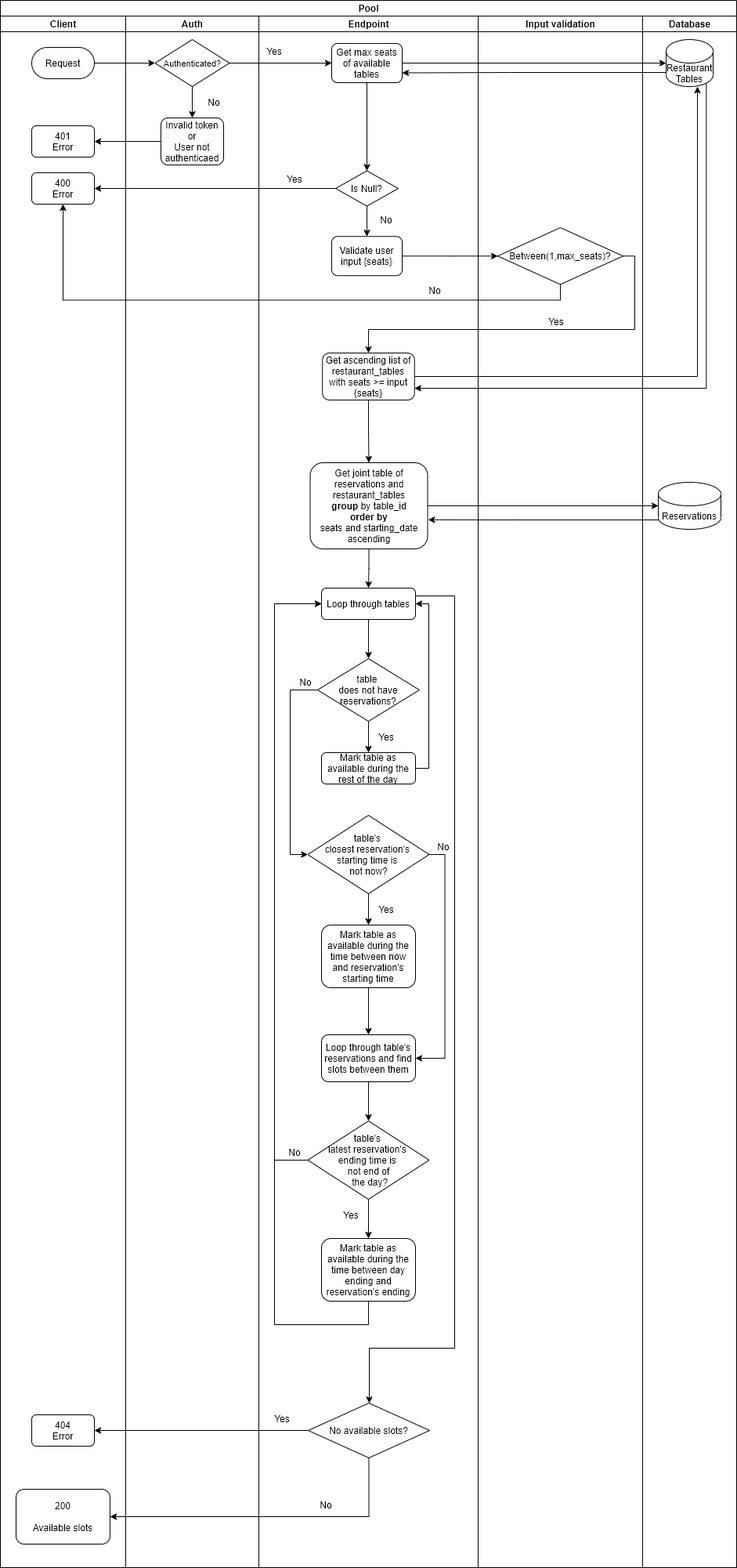
This is TableReservationFlow_CheckAvailable.png from MrAghyad/RestaurantTableReservation, a draw.io export, as it was before one commit. Source tidied: cells renumbered, new cells last; positions are measured from the earlier drawing's top-left corner, leaving out a move shared by most shapes.
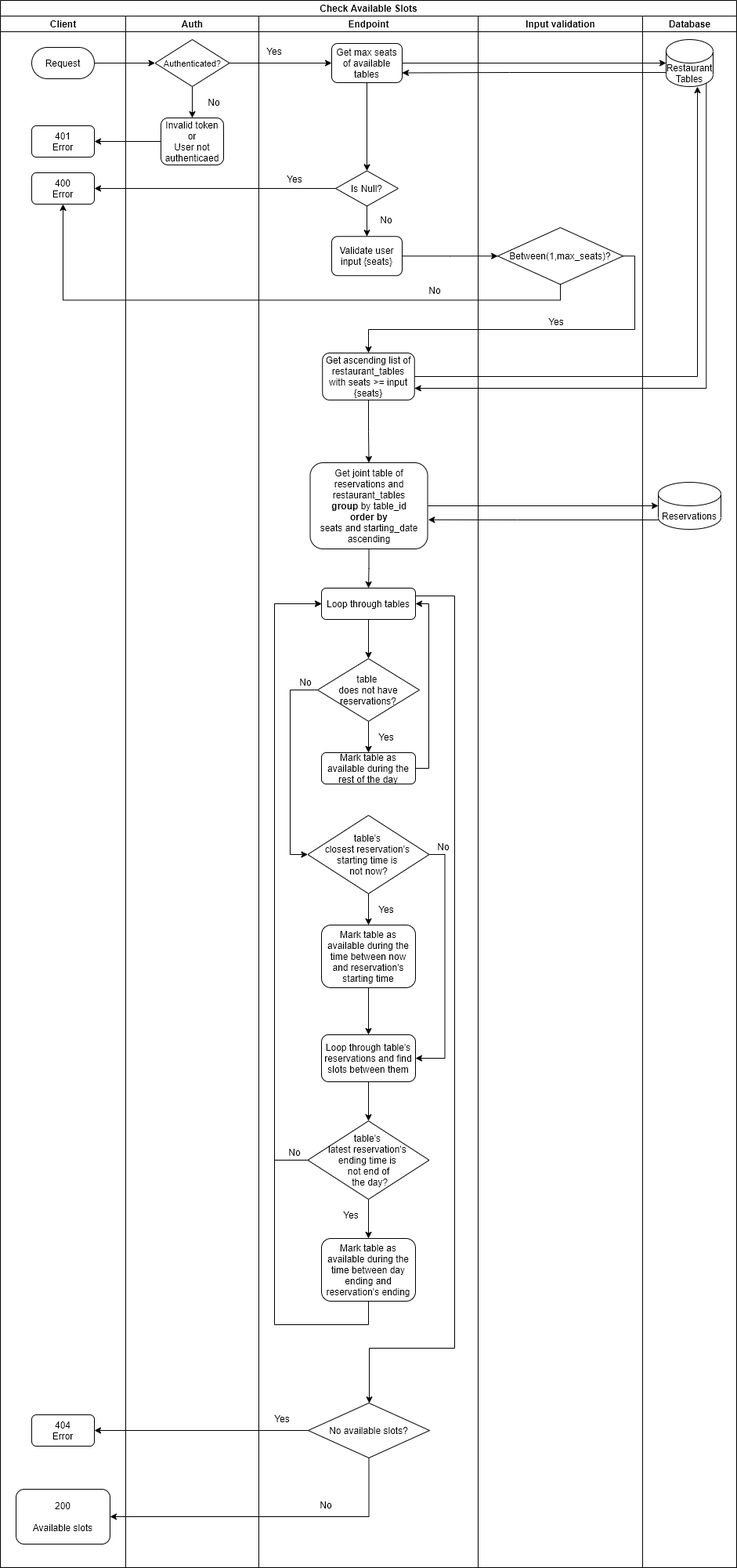
Later version of the same file.

The edit, as a diff of the source:
```diff
@@ -2,7 +2,7 @@
   <root>
     <mxCell id="0" />
     <mxCell id="1" parent="0" />
-    <mxCell id="2" value="Pool" style="swimlane;html=1;startSize=20;" parent="1" vertex="1">
+    <mxCell id="2" value="Check Available Slots" style="swimlane;html=1;startSize=20;" parent="1" vertex="1">
       <mxGeometry width="940" height="2000" as="geometry" />
     </mxCell>
     <mxCell id="3" value="Client" style="swimlane;html=1;startSize=20;" parent="2" vertex="1">
```
